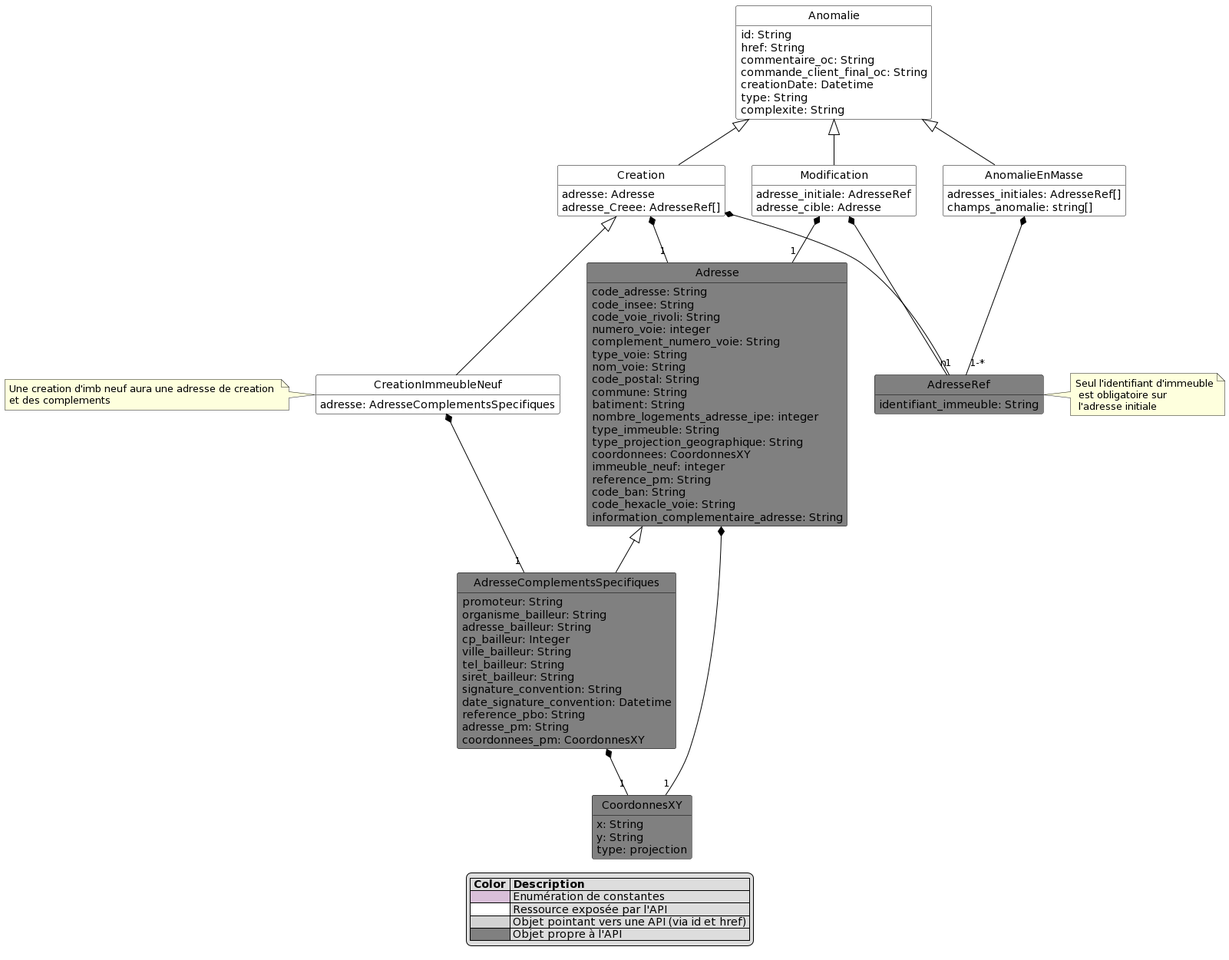
Earlier version of the PlantUML export image/model.png (before-interop/anomalieAdresse).
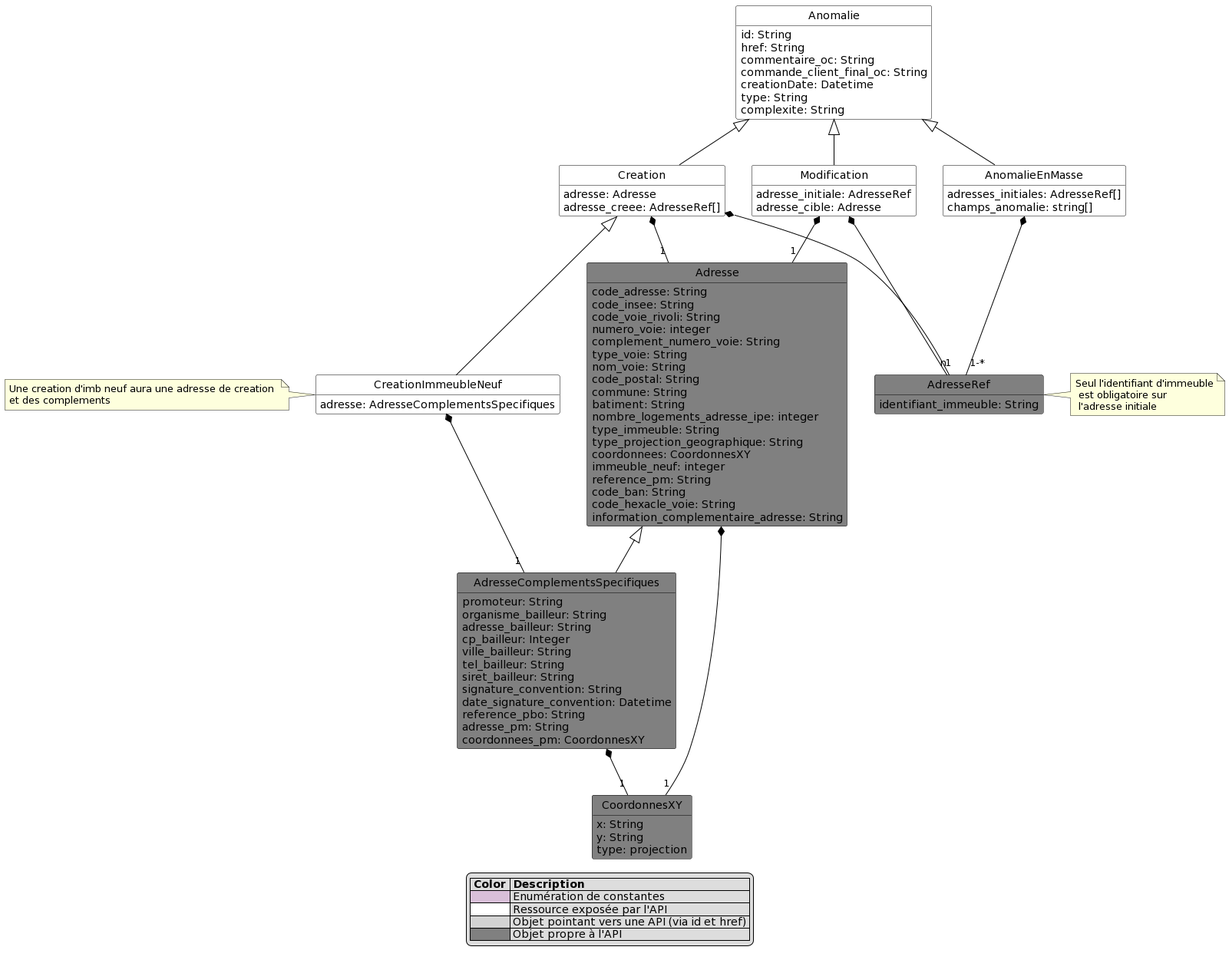
Above is the later version.

Commit message:
ajout adresse_creee

Change to the diagram source:
```diff
@@ -24,7 +24,7 @@
 
 class Creation <<Pivot>> {
     adresse: Adresse
-    adresse_Creee: AdresseRef[]
+    adresse_creee: AdresseRef[]
 }
 Anomalie <|-- Creation
 Creation *-- "1" Adresse
```
